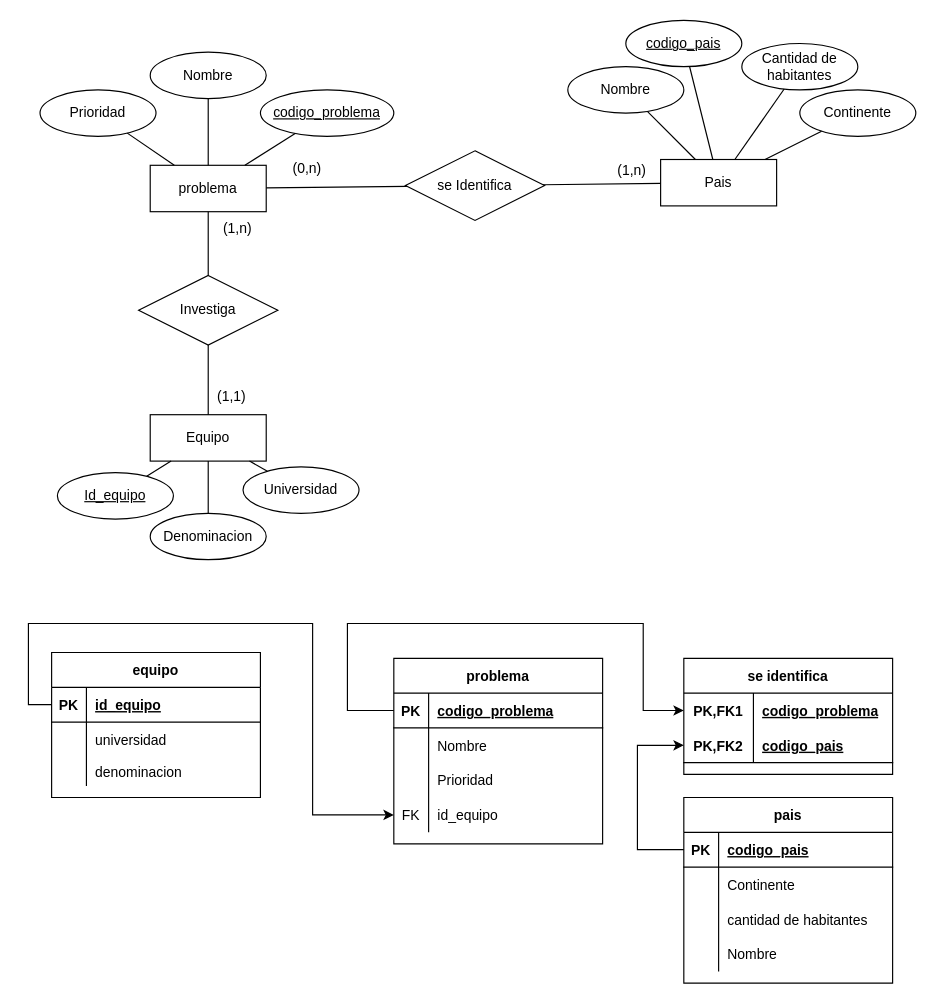
Before: Desafio-2-base-de-datos-informatorio .drawio in RamaAlves/base-de-datos, a draw.io diagram. Source tidied: cells renumbered, new cells numbered last; positions are measured from the earlier drawing's top-left corner, leaving out a move shared by most shapes. Both pictures are drawn from the tidied source at 116%, with x=0, y=0 at pixel (28, 20).
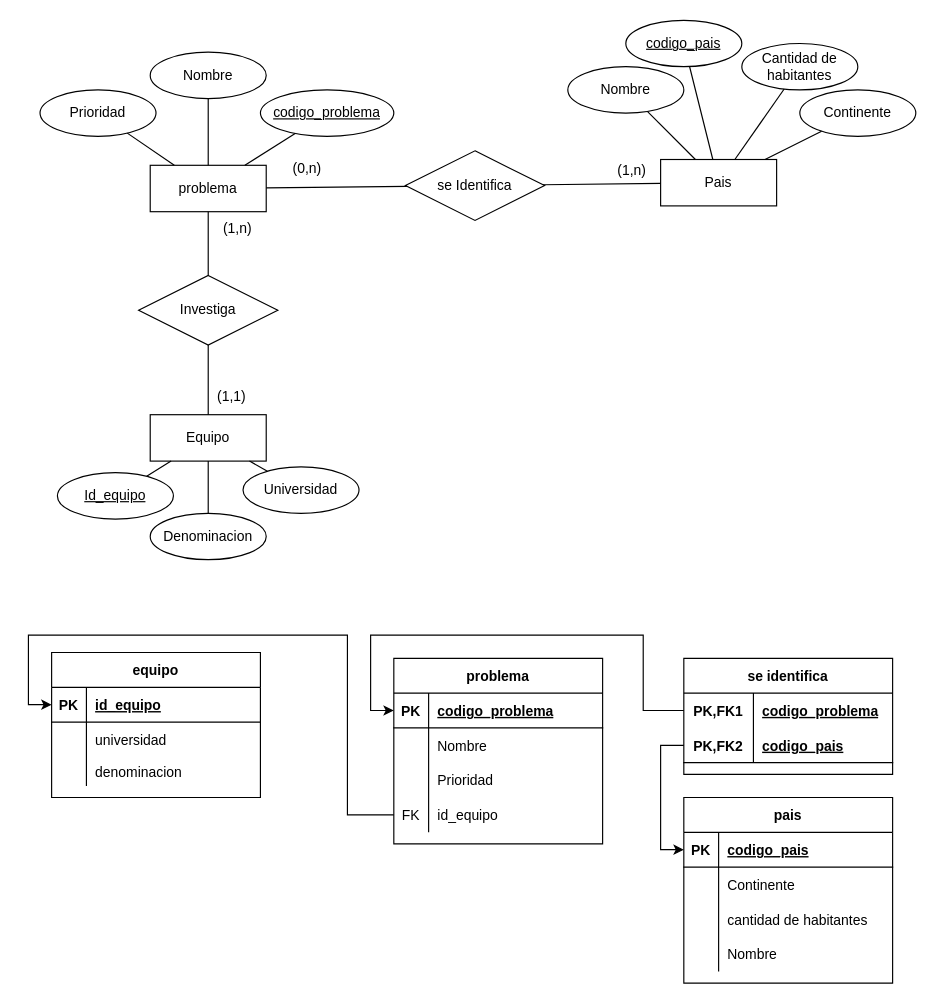
After the change.

Unchanged cells that the change refers to:
```xml
<mxCell id="36" style="shape=tableRow;horizontal=0;startSize=0;swimlaneHead=0;swimlaneBody=0;fillColor=none;points=[[0,0.5],[1,0.5]];portConstraint=eastwest;top=0;left=0;right=0;bottom=1;" parent="35" vertex="1">
  <mxGeometry y="30" width="180" height="30" as="geometry" />
</mxCell>
<mxCell id="49" style="shape=tableRow;horizontal=0;startSize=0;swimlaneHead=0;swimlaneBody=0;fillColor=none;points=[[0,0.5],[1,0.5]];portConstraint=eastwest;top=0;left=0;right=0;bottom=1;" parent="48" vertex="1">
  <mxGeometry y="30" width="180" height="30" as="geometry" />
</mxCell>
<mxCell id="58" style="shape=tableRow;horizontal=0;startSize=0;swimlaneHead=0;swimlaneBody=0;fillColor=none;points=[[0,0.5],[1,0.5]];portConstraint=eastwest;top=0;left=0;right=0;bottom=0;" parent="48" vertex="1">
  <mxGeometry y="120" width="180" height="30" as="geometry" />
</mxCell>
<mxCell id="62" style="shape=tableRow;horizontal=0;startSize=0;swimlaneHead=0;swimlaneBody=0;fillColor=none;points=[[0,0.5],[1,0.5]];portConstraint=eastwest;top=0;left=0;right=0;bottom=1;" parent="61" vertex="1">
  <mxGeometry y="30" width="180" height="30" as="geometry" />
</mxCell>
<mxCell id="73" style="shape=tableRow;horizontal=0;startSize=0;swimlaneHead=0;swimlaneBody=0;fillColor=none;points=[[0,0.5],[1,0.5]];portConstraint=eastwest;top=0;left=0;right=0;bottom=0;" parent="72" vertex="1">
  <mxGeometry y="30" width="180" height="30" as="geometry" />
</mxCell>
<mxCell id="76" style="shape=tableRow;horizontal=0;startSize=0;swimlaneHead=0;swimlaneBody=0;fillColor=none;points=[[0,0.5],[1,0.5]];portConstraint=eastwest;top=0;left=0;right=0;bottom=1;" parent="72" vertex="1">
  <mxGeometry y="60" width="180" height="30" as="geometry" />
</mxCell>
```

What changed in the source:
```diff
@@
-    <mxCell id="71" style="edgeStyle=orthogonalEdgeStyle;rounded=0;jettySize=auto;html=1;exitX=0;exitY=0.5;exitDx=0;exitDy=0;" parent="1" edge="1" source="62" target="58">
-      <mxGeometry relative="1" as="geometry">
-        <Array as="points">
-          <mxPoint y="590" />
-          <mxPoint y="520" />
-          <mxPoint x="245" y="520" />
-          <mxPoint x="245" y="685" />
-        </Array>
-      </mxGeometry>
-    </mxCell>
@@
-    <mxCell id="79" style="edgeStyle=orthogonalEdgeStyle;rounded=0;jettySize=auto;html=1;exitX=0;exitY=0.5;exitDx=0;exitDy=0;" parent="1" edge="1" source="49" target="73">
-      <mxGeometry relative="1" as="geometry">
-        <Array as="points">
-          <mxPoint x="275" y="595" />
-          <mxPoint x="275" y="520" />
-          <mxPoint x="530" y="520" />
-          <mxPoint x="530" y="595" />
-        </Array>
-      </mxGeometry>
-    </mxCell>
-    <mxCell id="80" style="edgeStyle=orthogonalEdgeStyle;rounded=0;jettySize=auto;html=1;" parent="1" edge="1" source="36" target="76">
-      <mxGeometry relative="1" as="geometry">
-        <Array as="points">
-          <mxPoint x="525" y="715" />
-          <mxPoint x="525" y="625" />
-        </Array>
-      </mxGeometry>
-    </mxCell>
+    <mxCell id="81" style="edgeStyle=orthogonalEdgeStyle;rounded=0;jettySize=auto;html=1;exitX=0;exitY=0.5;exitDx=0;exitDy=0;entryX=0;entryY=0.5;entryDx=0;entryDy=0;" parent="1" edge="1" source="73" target="49">
+      <mxGeometry relative="1" as="geometry">
+        <Array as="points">
+          <mxPoint x="530" y="595" />
+          <mxPoint x="530" y="530" />
+          <mxPoint x="295" y="530" />
+          <mxPoint x="295" y="595" />
+        </Array>
+      </mxGeometry>
+    </mxCell>
+    <mxCell id="82" style="edgeStyle=orthogonalEdgeStyle;rounded=0;jettySize=auto;html=1;exitX=0;exitY=0.5;exitDx=0;exitDy=0;entryX=0;entryY=0.5;entryDx=0;entryDy=0;startArrow=none;startFill=0;" parent="1" edge="1" source="58" target="62">
+      <mxGeometry relative="1" as="geometry">
+        <Array as="points">
+          <mxPoint x="275" y="685" />
+          <mxPoint x="275" y="530" />
+          <mxPoint y="530" />
+          <mxPoint y="590" />
+        </Array>
+      </mxGeometry>
+    </mxCell>
+    <mxCell id="83" style="edgeStyle=orthogonalEdgeStyle;rounded=0;jettySize=auto;html=1;exitX=0;exitY=0.5;exitDx=0;exitDy=0;entryX=0;entryY=0.5;entryDx=0;entryDy=0;startArrow=none;startFill=0;" parent="1" edge="1" source="76" target="36">
+      <mxGeometry relative="1" as="geometry" />
+    </mxCell>
```
